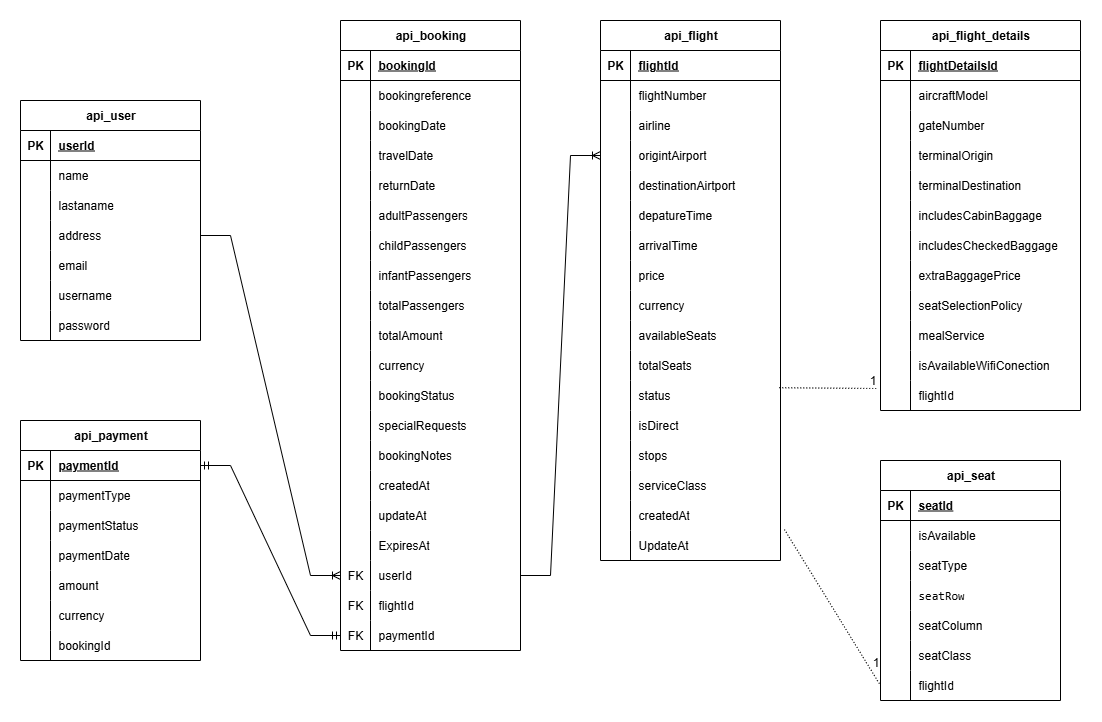
Above: docs/wingtrip-der.png in Erimtz/wingTrip (draw.io), before the change. Source tidied: cells renumbered, new cells last; positions are measured from the earlier drawing's top-left corner, leaving out a move shared by most shapes.
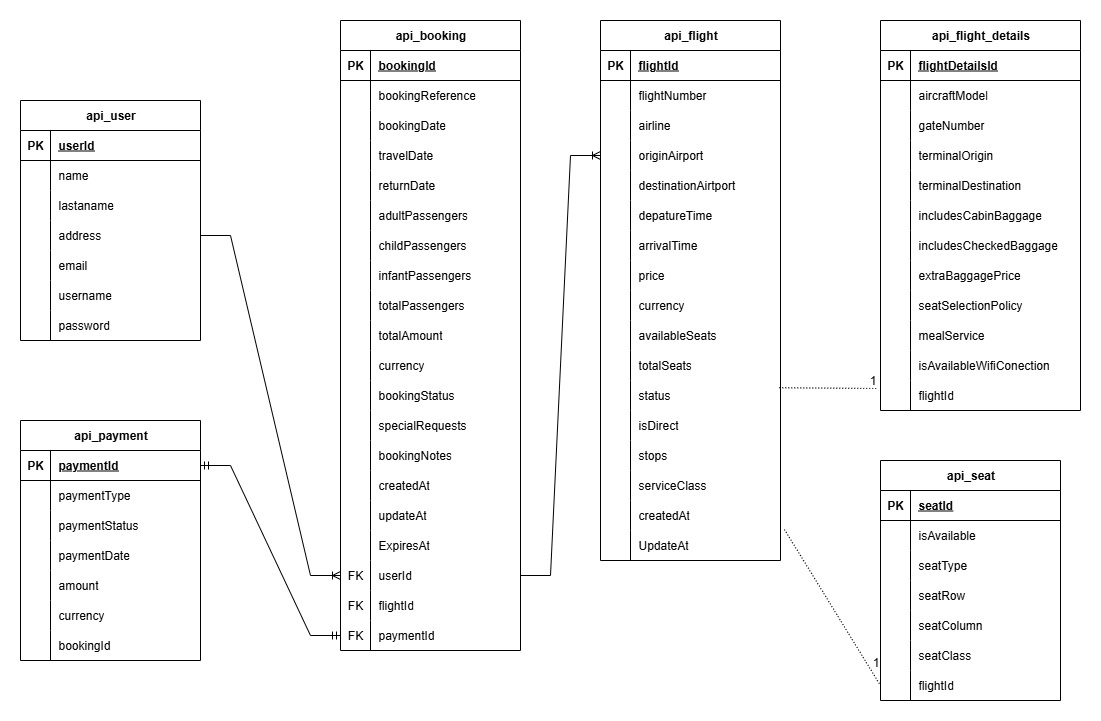
After the change.

Commit message:
docs: update architecture diagrams and add Postman collection

Diff of the diagram source:
```diff
@@ -86,7 +86,7 @@
     <mxCell id="29" style="shape=partialRectangle;fillColor=none;top=0;left=0;bottom=0;right=0;overflow=hidden;whiteSpace=wrap;html=1;" parent="28" vertex="1">
       <mxGeometry width="30" height="30" as="geometry" />
     </mxCell>
-    <mxCell id="30" value="bookingreference" style="shape=partialRectangle;fillColor=none;top=0;left=0;bottom=0;right=0;align=left;spacingLeft=6;overflow=hidden;whiteSpace=wrap;html=1;" parent="28" vertex="1">
+    <mxCell id="30" value="bookingReference" style="shape=partialRectangle;fillColor=none;top=0;left=0;bottom=0;right=0;align=left;spacingLeft=6;overflow=hidden;whiteSpace=wrap;html=1;" parent="28" vertex="1">
       <mxGeometry x="30" width="150" height="30" as="geometry" />
     </mxCell>
     <mxCell id="31" style="shape=tableRow;horizontal=0;startSize=0;swimlaneHead=0;swimlaneBody=0;fillColor=none;top=0;left=0;right=0;bottom=0;" parent="24" vertex="1">
@@ -353,7 +353,7 @@
     <mxCell id="118" style="shape=partialRectangle;fillColor=none;top=0;left=0;bottom=0;right=0;overflow=hidden;whiteSpace=wrap;html=1;" parent="117" vertex="1">
       <mxGeometry width="30" height="30" as="geometry" />
     </mxCell>
-    <mxCell id="119" value="&lt;code&gt;seatRow&lt;/code&gt;" style="shape=partialRectangle;fillColor=none;top=0;left=0;bottom=0;right=0;align=left;spacingLeft=6;overflow=hidden;whiteSpace=wrap;html=1;" parent="117" vertex="1">
+    <mxCell id="119" value="seatRow" style="shape=partialRectangle;fillColor=none;top=0;left=0;bottom=0;right=0;align=left;spacingLeft=6;overflow=hidden;whiteSpace=wrap;html=1;" parent="117" vertex="1">
       <mxGeometry x="30" width="150" height="30" as="geometry" />
     </mxCell>
     <mxCell id="120" style="shape=tableRow;horizontal=0;startSize=0;swimlaneHead=0;swimlaneBody=0;fillColor=none;top=0;left=0;right=0;bottom=0;" parent="107" vertex="1">
@@ -419,7 +419,7 @@
     <mxCell id="140" style="shape=partialRectangle;fillColor=none;top=0;left=0;bottom=0;right=0;overflow=hidden;whiteSpace=wrap;html=1;" parent="139" vertex="1">
       <mxGeometry width="30" height="30" as="geometry" />
     </mxCell>
-    <mxCell id="141" value="origintAirport" style="shape=partialRectangle;fillColor=none;top=0;left=0;bottom=0;right=0;align=left;spacingLeft=6;overflow=hidden;whiteSpace=wrap;html=1;" parent="139" vertex="1">
+    <mxCell id="141" value="originAirport" style="shape=partialRectangle;fillColor=none;top=0;left=0;bottom=0;right=0;align=left;spacingLeft=6;overflow=hidden;whiteSpace=wrap;html=1;" parent="139" vertex="1">
       <mxGeometry x="30" width="150" height="30" as="geometry" />
     </mxCell>
     <mxCell id="142" style="shape=tableRow;horizontal=0;startSize=0;swimlaneHead=0;swimlaneBody=0;fillColor=none;top=0;left=0;right=0;bottom=0;" parent="129" vertex="1">
```
